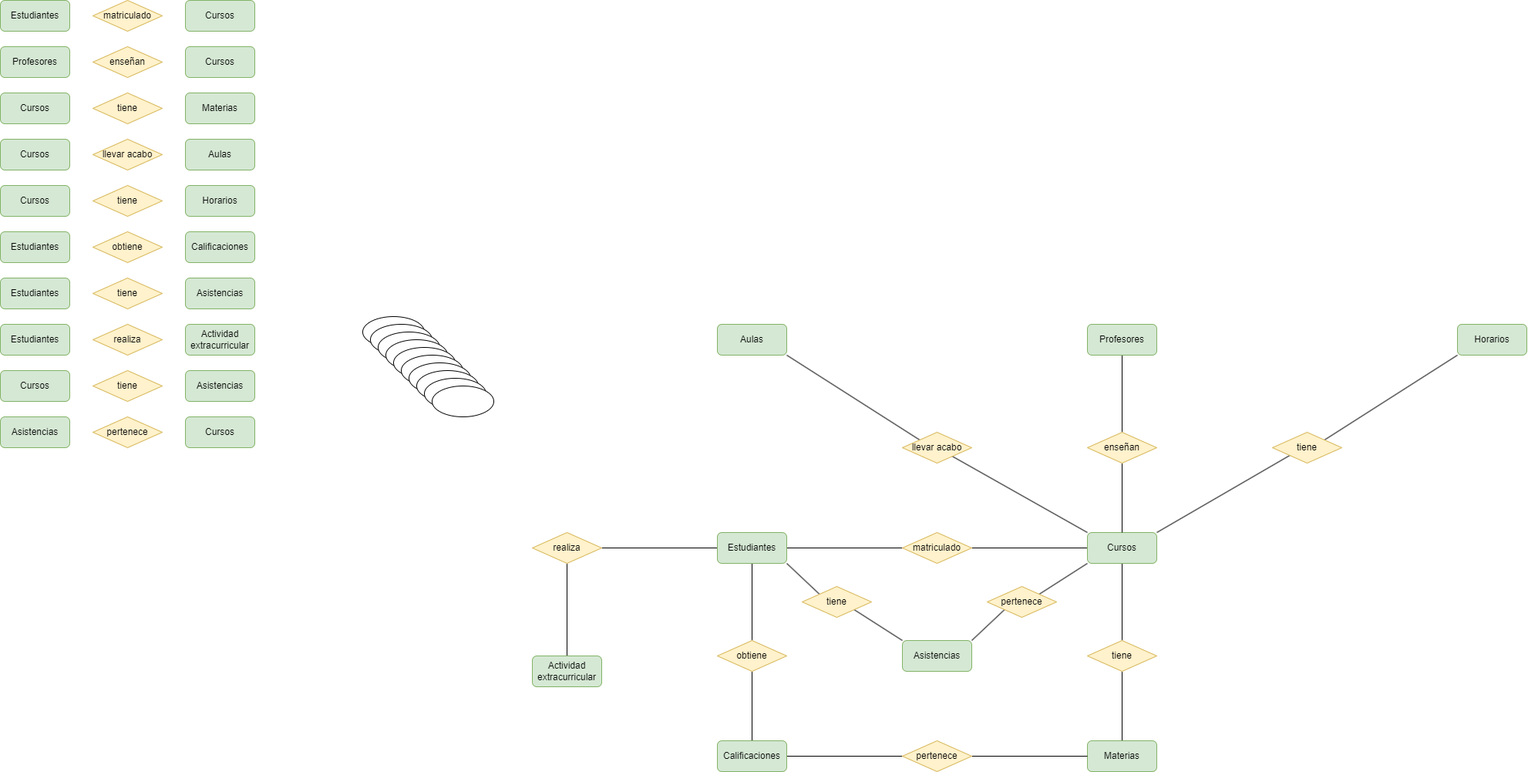
The draw.io diagram Unidad-1/Tareas/Tareas-evaluables/Tarea-evaluable-1/Ejercicio-evaluable-1.drawio.png in LuisMGlez/base-datos, before a commit. Source tidied: cells renumbered, new cells last; positions are measured from the earlier drawing's top-left corner, leaving out a move shared by most shapes.
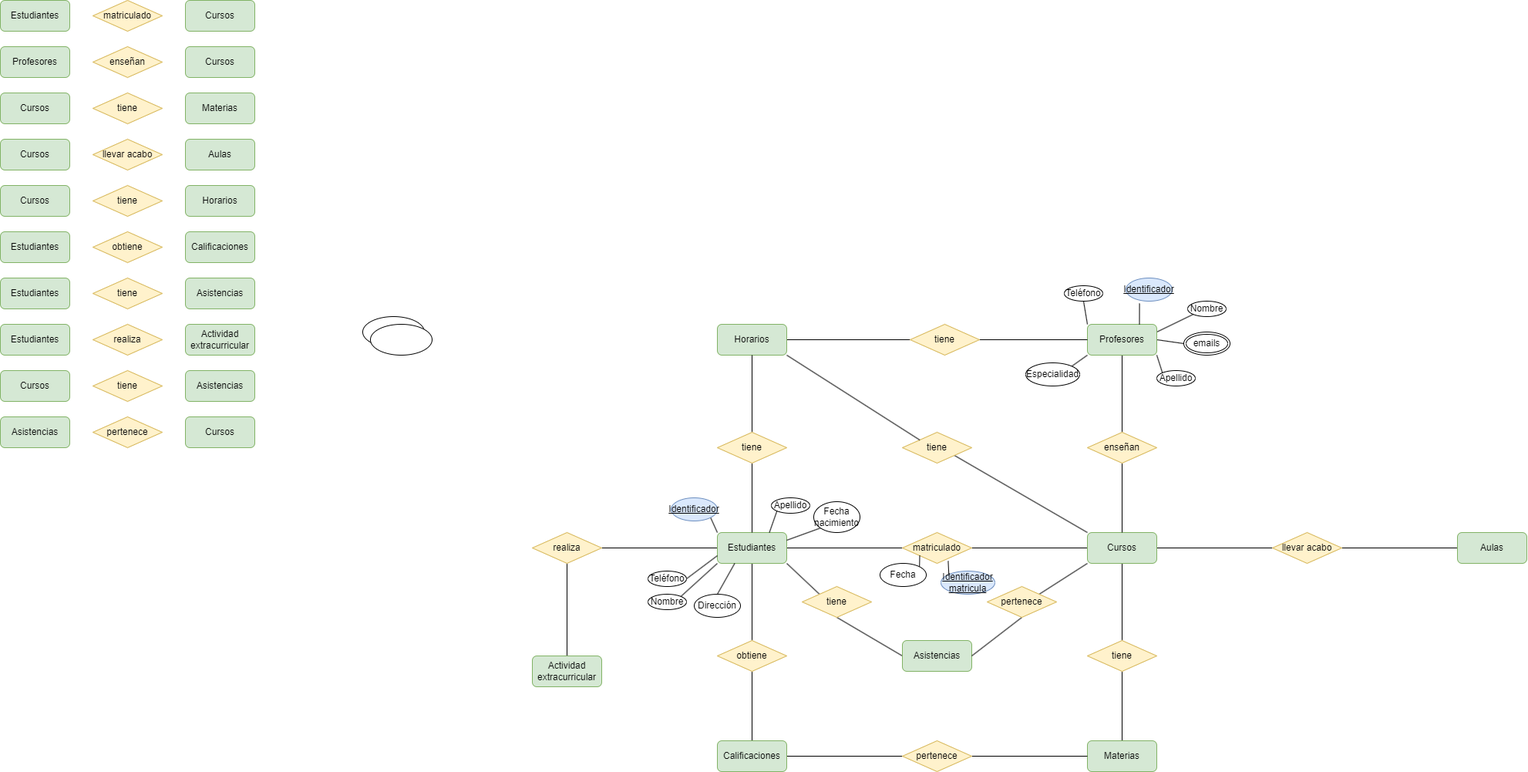
After the commit.

Change to the diagram source:
```diff
@@ -104,21 +104,33 @@
     <mxCell id="35" value="matriculado" style="rhombus;whiteSpace=wrap;html=1;fillColor=#fff2cc;strokeColor=#d6b656;" parent="1" vertex="1">
       <mxGeometry x="1170" y="690" width="90" height="40" as="geometry" />
     </mxCell>
+    <mxCell id="38" style="edgeStyle=orthogonalEdgeStyle;rounded=0;jettySize=auto;html=1;exitX=0.5;exitY=1;exitDx=0;exitDy=0;entryX=0.5;entryY=0;entryDx=0;entryDy=0;endArrow=none;endFill=0;" parent="1" edge="1" source="39" target="45">
+      <mxGeometry relative="1" as="geometry" />
+    </mxCell>
-    <mxCell id="36" style="rounded=0;jettySize=auto;html=1;exitX=0;exitY=0;exitDx=0;exitDy=0;endArrow=none;endFill=0;" parent="1" edge="1" source="39" target="48">
+    <mxCell id="36" style="edgeStyle=orthogonalEdgeStyle;rounded=0;jettySize=auto;html=1;exitX=1;exitY=0.5;exitDx=0;exitDy=0;entryX=0;entryY=0.5;entryDx=0;entryDy=0;endArrow=none;endFill=0;" parent="1" edge="1" source="39" target="48">
       <mxGeometry relative="1" as="geometry" />
     </mxCell>
-    <mxCell id="37" style="rounded=0;jettySize=auto;html=1;exitX=1;exitY=0;exitDx=0;exitDy=0;entryX=0;entryY=1;entryDx=0;entryDy=0;endArrow=none;endFill=0;" parent="1" edge="1" source="39" target="51">
-      <mxGeometry relative="1" as="geometry" />
-    </mxCell>
-    <mxCell id="38" style="edgeStyle=orthogonalEdgeStyle;rounded=0;jettySize=auto;html=1;exitX=0.5;exitY=1;exitDx=0;exitDy=0;entryX=0.5;entryY=0;entryDx=0;entryDy=0;endArrow=none;endFill=0;" parent="1" edge="1" source="39" target="45">
-      <mxGeometry relative="1" as="geometry" />
-    </mxCell>
     <mxCell id="39" value="Cursos" style="rounded=1;whiteSpace=wrap;html=1;fillColor=#d5e8d4;strokeColor=#82b366;" parent="1" vertex="1">
       <mxGeometry x="1410" y="690" width="90" height="40" as="geometry" />
     </mxCell>
     <mxCell id="40" style="edgeStyle=orthogonalEdgeStyle;rounded=0;jettySize=auto;html=1;exitX=0.5;exitY=1;exitDx=0;exitDy=0;entryX=0.5;entryY=0;entryDx=0;entryDy=0;endArrow=none;endFill=0;" parent="1" edge="1" source="41" target="43">
       <mxGeometry relative="1" as="geometry" />
     </mxCell>
+    <mxCell id="81" style="rounded=0;jettySize=auto;html=1;exitX=1;exitY=1;exitDx=0;exitDy=0;entryX=0;entryY=0;entryDx=0;entryDy=0;endArrow=none;endFill=0;" parent="1" edge="1" source="41" target="105">
+      <mxGeometry relative="1" as="geometry" />
+    </mxCell>
+    <mxCell id="82" style="rounded=0;jettySize=auto;html=1;exitX=1;exitY=0.5;exitDx=0;exitDy=0;entryX=0;entryY=0.5;entryDx=0;entryDy=0;endArrow=none;endFill=0;" parent="1" edge="1" source="41" target="107">
+      <mxGeometry relative="1" as="geometry" />
+    </mxCell>
+    <mxCell id="83" style="rounded=0;jettySize=auto;html=1;exitX=1;exitY=0.25;exitDx=0;exitDy=0;entryX=0;entryY=1;entryDx=0;entryDy=0;endArrow=none;endFill=0;" parent="1" edge="1" source="41" target="104">
+      <mxGeometry relative="1" as="geometry" />
+    </mxCell>
+    <mxCell id="84" style="rounded=0;jettySize=auto;html=1;exitX=0;exitY=0;exitDx=0;exitDy=0;entryX=0.5;entryY=1;entryDx=0;entryDy=0;endArrow=none;endFill=0;" parent="1" edge="1" source="41" target="106">
+      <mxGeometry relative="1" as="geometry" />
+    </mxCell>
+    <mxCell id="85" style="rounded=0;jettySize=auto;html=1;exitX=0;exitY=1;exitDx=0;exitDy=0;entryX=1;entryY=0;entryDx=0;entryDy=0;endArrow=none;endFill=0;" parent="1" edge="1" source="41" target="73">
+      <mxGeometry relative="1" as="geometry" />
+    </mxCell>
     <mxCell id="41" value="Profesores" style="rounded=1;whiteSpace=wrap;html=1;fillColor=#d5e8d4;strokeColor=#82b366;" parent="1" vertex="1">
       <mxGeometry x="1410" y="420" width="90" height="40" as="geometry" />
     </mxCell>
@@ -137,23 +149,29 @@
     <mxCell id="46" value="Materias" style="rounded=1;whiteSpace=wrap;html=1;fillColor=#d5e8d4;strokeColor=#82b366;" parent="1" vertex="1">
       <mxGeometry x="1410" y="960" width="90" height="40" as="geometry" />
     </mxCell>
-    <mxCell id="47" style="rounded=0;jettySize=auto;html=1;exitX=0;exitY=0;exitDx=0;exitDy=0;entryX=1;entryY=1;entryDx=0;entryDy=0;endArrow=none;endFill=0;" parent="1" edge="1" source="48" target="49">
+    <mxCell id="47" style="edgeStyle=orthogonalEdgeStyle;rounded=0;jettySize=auto;html=1;exitX=1;exitY=0.5;exitDx=0;exitDy=0;entryX=0;entryY=0.5;entryDx=0;entryDy=0;endArrow=none;endFill=0;" parent="1" edge="1" source="48" target="49">
       <mxGeometry relative="1" as="geometry" />
     </mxCell>
     <mxCell id="48" value="llevar acabo" style="rhombus;whiteSpace=wrap;html=1;fillColor=#fff2cc;strokeColor=#d6b656;" parent="1" vertex="1">
-      <mxGeometry x="1170" y="560" width="90" height="40" as="geometry" />
+      <mxGeometry x="1650" y="690" width="90" height="40" as="geometry" />
     </mxCell>
     <mxCell id="49" value="Aulas" style="rounded=1;whiteSpace=wrap;html=1;fillColor=#d5e8d4;strokeColor=#82b366;" parent="1" vertex="1">
-      <mxGeometry x="930" y="420" width="90" height="40" as="geometry" />
+      <mxGeometry x="1890" y="690" width="90" height="40" as="geometry" />
     </mxCell>
-    <mxCell id="50" style="rounded=0;jettySize=auto;html=1;exitX=1;exitY=0;exitDx=0;exitDy=0;entryX=0;entryY=1;entryDx=0;entryDy=0;endArrow=none;endFill=0;" parent="1" edge="1" source="51" target="52">
-      <mxGeometry relative="1" as="geometry" />
-    </mxCell>
+    <mxCell id="86" style="rounded=0;jettySize=auto;html=1;exitX=1;exitY=1;exitDx=0;exitDy=0;entryX=0;entryY=0;entryDx=0;entryDy=0;endArrow=none;endFill=0;" parent="1" edge="1" source="51" target="39">
+      <mxGeometry relative="1" as="geometry" />
+    </mxCell>
     <mxCell id="51" value="tiene" style="rhombus;whiteSpace=wrap;html=1;fillColor=#fff2cc;strokeColor=#d6b656;" parent="1" vertex="1">
-      <mxGeometry x="1650" y="560" width="90" height="40" as="geometry" />
+      <mxGeometry x="1170" y="560" width="90" height="40" as="geometry" />
     </mxCell>
+    <mxCell id="87" style="rounded=0;jettySize=auto;html=1;exitX=1;exitY=1;exitDx=0;exitDy=0;entryX=0;entryY=0;entryDx=0;entryDy=0;endArrow=none;endFill=0;" parent="1" edge="1" source="52" target="51">
+      <mxGeometry relative="1" as="geometry" />
+    </mxCell>
+    <mxCell id="88" style="edgeStyle=orthogonalEdgeStyle;rounded=0;jettySize=auto;html=1;exitX=1;exitY=0.5;exitDx=0;exitDy=0;entryX=0;entryY=0.5;entryDx=0;entryDy=0;endArrow=none;endFill=0;" parent="1" edge="1" source="52" target="100">
+      <mxGeometry relative="1" as="geometry" />
+    </mxCell>
     <mxCell id="52" value="Horarios" style="rounded=1;whiteSpace=wrap;html=1;fillColor=#d5e8d4;strokeColor=#82b366;" parent="1" vertex="1">
-      <mxGeometry x="1890" y="420" width="90" height="40" as="geometry" />
+      <mxGeometry x="930" y="420" width="90" height="40" as="geometry" />
     </mxCell>
     <mxCell id="53" style="edgeStyle=orthogonalEdgeStyle;rounded=0;jettySize=auto;html=1;exitX=0.5;exitY=1;exitDx=0;exitDy=0;entryX=0.5;entryY=0;entryDx=0;entryDy=0;endArrow=none;endFill=0;" parent="1" edge="1" source="54" target="56">
       <mxGeometry relative="1" as="geometry" />
@@ -167,7 +185,7 @@
     <mxCell id="56" value="Calificaciones" style="rounded=1;whiteSpace=wrap;html=1;fillColor=#d5e8d4;strokeColor=#82b366;" parent="1" vertex="1">
       <mxGeometry x="930" y="960" width="90" height="40" as="geometry" />
     </mxCell>
-    <mxCell id="57" style="rounded=0;jettySize=auto;html=1;exitX=1;exitY=1;exitDx=0;exitDy=0;entryX=0;entryY=0;entryDx=0;entryDy=0;endArrow=none;endFill=0;" parent="1" edge="1" source="58" target="59">
+    <mxCell id="57" style="rounded=0;jettySize=auto;html=1;exitX=0.5;exitY=1;exitDx=0;exitDy=0;entryX=0;entryY=0.5;entryDx=0;entryDy=0;endArrow=none;endFill=0;" parent="1" edge="1" source="58" target="59">
       <mxGeometry relative="1" as="geometry" />
     </mxCell>
     <mxCell id="58" value="tiene" style="rhombus;whiteSpace=wrap;html=1;fillColor=#fff2cc;strokeColor=#d6b656;" parent="1" vertex="1">
@@ -179,7 +197,7 @@
     <mxCell id="60" style="rounded=0;jettySize=auto;html=1;exitX=1;exitY=0;exitDx=0;exitDy=0;entryX=0;entryY=1;entryDx=0;entryDy=0;endArrow=none;endFill=0;" parent="1" edge="1" source="62" target="39">
       <mxGeometry relative="1" as="geometry" />
     </mxCell>
-    <mxCell id="61" style="rounded=0;jettySize=auto;html=1;exitX=0;exitY=1;exitDx=0;exitDy=0;entryX=1;entryY=0;entryDx=0;entryDy=0;endArrow=none;endFill=0;" parent="1" edge="1" source="62" target="59">
+    <mxCell id="61" style="rounded=0;jettySize=auto;html=1;exitX=0.5;exitY=1;exitDx=0;exitDy=0;entryX=1;entryY=0.5;entryDx=0;entryDy=0;endArrow=none;endFill=0;" parent="1" edge="1" source="62" target="59">
       <mxGeometry relative="1" as="geometry" />
     </mxCell>
     <mxCell id="62" value="pertenece" style="rhombus;whiteSpace=wrap;html=1;fillColor=#fff2cc;strokeColor=#d6b656;" parent="1" vertex="1">
@@ -215,29 +233,89 @@
     <mxCell id="72" style="ellipse;whiteSpace=wrap;html=1;" parent="1" vertex="1">
       <mxGeometry x="480" y="420" width="80" height="40" as="geometry" />
     </mxCell>
-    <mxCell id="73" style="ellipse;whiteSpace=wrap;html=1;" parent="1" vertex="1">
-      <mxGeometry x="490" y="430" width="80" height="40" as="geometry" />
+    <mxCell id="73" value="Especialidad" style="ellipse;whiteSpace=wrap;html=1;" parent="1" vertex="1">
+      <mxGeometry x="1330" y="470" width="70" height="30" as="geometry" />
     </mxCell>
+    <mxCell id="89" style="edgeStyle=orthogonalEdgeStyle;rounded=0;jettySize=auto;html=1;exitX=1;exitY=0;exitDx=0;exitDy=0;entryX=0;entryY=1;entryDx=0;entryDy=0;endArrow=none;endFill=0;" parent="1" edge="1" source="74" target="35">
+      <mxGeometry relative="1" as="geometry" />
+    </mxCell>
-    <mxCell id="74" style="ellipse;whiteSpace=wrap;html=1;" parent="1" vertex="1">
-      <mxGeometry x="500" y="440" width="80" height="40" as="geometry" />
+    <mxCell id="74" value="Fecha" style="ellipse;whiteSpace=wrap;html=1;" parent="1" vertex="1">
+      <mxGeometry x="1141" y="730" width="60" height="30" as="geometry" />
     </mxCell>
+    <mxCell id="90" style="rounded=0;jettySize=auto;html=1;exitX=1;exitY=0.5;exitDx=0;exitDy=0;entryX=0;entryY=0.75;entryDx=0;entryDy=0;endArrow=none;endFill=0;" parent="1" edge="1" source="75" target="33">
+      <mxGeometry relative="1" as="geometry" />
+    </mxCell>
-    <mxCell id="75" style="ellipse;whiteSpace=wrap;html=1;" parent="1" vertex="1">
-      <mxGeometry x="510" y="450" width="80" height="40" as="geometry" />
+    <mxCell id="75" value="Teléfono" style="ellipse;whiteSpace=wrap;html=1;" parent="1" vertex="1">
+      <mxGeometry x="840" y="740" width="50" height="20" as="geometry" />
     </mxCell>
+    <mxCell id="91" style="rounded=0;jettySize=auto;html=1;exitX=0.5;exitY=0;exitDx=0;exitDy=0;entryX=0.25;entryY=1;entryDx=0;entryDy=0;endArrow=none;endFill=0;" parent="1" edge="1" source="76" target="33">
+      <mxGeometry relative="1" as="geometry" />
+    </mxCell>
-    <mxCell id="76" style="ellipse;whiteSpace=wrap;html=1;" parent="1" vertex="1">
-      <mxGeometry x="520" y="460" width="80" height="40" as="geometry" />
+    <mxCell id="76" value="Dirección" style="ellipse;whiteSpace=wrap;html=1;" parent="1" vertex="1">
+      <mxGeometry x="900" y="770" width="60" height="30" as="geometry" />
     </mxCell>
+    <mxCell id="92" style="rounded=0;jettySize=auto;html=1;exitX=0;exitY=1;exitDx=0;exitDy=0;entryX=1;entryY=0.25;entryDx=0;entryDy=0;endArrow=none;endFill=0;" parent="1" edge="1" source="77" target="33">
+      <mxGeometry relative="1" as="geometry" />
+    </mxCell>
-    <mxCell id="77" style="ellipse;whiteSpace=wrap;html=1;" parent="1" vertex="1">
-      <mxGeometry x="530" y="470" width="80" height="40" as="geometry" />
+    <mxCell id="77" value="Fecha nacimiento" style="ellipse;whiteSpace=wrap;html=1;" parent="1" vertex="1">
+      <mxGeometry x="1055" y="650" width="60" height="40" as="geometry" />
     </mxCell>
+    <mxCell id="93" style="rounded=0;jettySize=auto;html=1;exitX=0;exitY=1;exitDx=0;exitDy=0;entryX=0.75;entryY=0;entryDx=0;entryDy=0;endArrow=none;endFill=0;" parent="1" edge="1" source="78" target="33">
+      <mxGeometry relative="1" as="geometry" />
+    </mxCell>
-    <mxCell id="78" style="ellipse;whiteSpace=wrap;html=1;" parent="1" vertex="1">
-      <mxGeometry x="540" y="480" width="80" height="40" as="geometry" />
+    <mxCell id="78" value="Apellido" style="ellipse;whiteSpace=wrap;html=1;" parent="1" vertex="1">
+      <mxGeometry x="1000" y="645" width="50" height="20" as="geometry" />
     </mxCell>
+    <mxCell id="94" style="rounded=0;jettySize=auto;html=1;exitX=1;exitY=0;exitDx=0;exitDy=0;entryX=0;entryY=1;entryDx=0;entryDy=0;endArrow=none;endFill=0;" parent="1" edge="1" source="79" target="33">
+      <mxGeometry relative="1" as="geometry" />
+    </mxCell>
-    <mxCell id="79" style="ellipse;whiteSpace=wrap;html=1;" parent="1" vertex="1">
-      <mxGeometry x="550" y="490" width="80" height="40" as="geometry" />
+    <mxCell id="79" value="Nombre" style="ellipse;whiteSpace=wrap;html=1;" parent="1" vertex="1">
+      <mxGeometry x="840" y="770" width="50" height="20" as="geometry" />
     </mxCell>
+    <mxCell id="95" style="rounded=0;jettySize=auto;html=1;exitX=1;exitY=1;exitDx=0;exitDy=0;entryX=0;entryY=0;entryDx=0;entryDy=0;endArrow=none;endFill=0;" parent="1" edge="1" source="80" target="33">
+      <mxGeometry relative="1" as="geometry" />
+    </mxCell>
-    <mxCell id="80" style="ellipse;whiteSpace=wrap;html=1;" parent="1" vertex="1">
-      <mxGeometry x="560" y="500" width="80" height="40" as="geometry" />
+    <mxCell id="80" value="&lt;u&gt;Identificador&lt;/u&gt;" style="ellipse;whiteSpace=wrap;html=1;fillColor=#dae8fc;strokeColor=#6c8ebf;" parent="1" vertex="1">
+      <mxGeometry x="870" y="645" width="60" height="30" as="geometry" />
     </mxCell>
+    <mxCell id="96" style="edgeStyle=orthogonalEdgeStyle;rounded=0;jettySize=auto;html=1;exitX=0.5;exitY=1;exitDx=0;exitDy=0;entryX=0.5;entryY=0;entryDx=0;entryDy=0;endArrow=none;endFill=0;" parent="1" edge="1" source="98" target="33">
+      <mxGeometry relative="1" as="geometry" />
+    </mxCell>
+    <mxCell id="97" style="edgeStyle=orthogonalEdgeStyle;rounded=0;jettySize=auto;html=1;exitX=0.5;exitY=0;exitDx=0;exitDy=0;entryX=0.5;entryY=1;entryDx=0;entryDy=0;endArrow=none;endFill=0;" parent="1" edge="1" source="98" target="52">
+      <mxGeometry relative="1" as="geometry" />
+    </mxCell>
+    <mxCell id="98" value="tiene" style="rhombus;whiteSpace=wrap;html=1;fillColor=#fff2cc;strokeColor=#d6b656;" parent="1" vertex="1">
+      <mxGeometry x="930" y="560" width="90" height="40" as="geometry" />
+    </mxCell>
+    <mxCell id="99" style="edgeStyle=orthogonalEdgeStyle;rounded=0;jettySize=auto;html=1;exitX=1;exitY=0.5;exitDx=0;exitDy=0;entryX=0;entryY=0.5;entryDx=0;entryDy=0;endArrow=none;endFill=0;" parent="1" edge="1" source="100" target="41">
+      <mxGeometry relative="1" as="geometry" />
+    </mxCell>
+    <mxCell id="100" value="tiene" style="rhombus;whiteSpace=wrap;html=1;fillColor=#fff2cc;strokeColor=#d6b656;" parent="1" vertex="1">
+      <mxGeometry x="1180" y="420" width="90" height="40" as="geometry" />
+    </mxCell>
+    <mxCell id="101" value="&lt;u&gt;Identificador matricula&lt;/u&gt;" style="ellipse;whiteSpace=wrap;html=1;fillColor=#dae8fc;strokeColor=#6c8ebf;" parent="1" vertex="1">
+      <mxGeometry x="1220" y="740" width="70" height="30" as="geometry" />
+    </mxCell>
+    <mxCell id="102" style="edgeStyle=orthogonalEdgeStyle;rounded=0;jettySize=auto;html=1;exitX=0;exitY=0;exitDx=0;exitDy=0;entryX=0.66;entryY=0.927;entryDx=0;entryDy=0;entryPerimeter=0;endArrow=none;endFill=0;" parent="1" edge="1" source="101" target="35">
+      <mxGeometry relative="1" as="geometry" />
+    </mxCell>
+    <mxCell id="103" value="&lt;u&gt;Identificador&lt;/u&gt;" style="ellipse;whiteSpace=wrap;html=1;fillColor=#dae8fc;strokeColor=#6c8ebf;" parent="1" vertex="1">
+      <mxGeometry x="1460" y="360" width="60" height="30" as="geometry" />
+    </mxCell>
+    <mxCell id="104" value="Nombre" style="ellipse;whiteSpace=wrap;html=1;" parent="1" vertex="1">
+      <mxGeometry x="1540" y="390" width="50" height="20" as="geometry" />
+    </mxCell>
+    <mxCell id="105" value="Apellido" style="ellipse;whiteSpace=wrap;html=1;" parent="1" vertex="1">
+      <mxGeometry x="1500" y="480" width="50" height="20" as="geometry" />
+    </mxCell>
+    <mxCell id="106" value="Teléfono" style="ellipse;whiteSpace=wrap;html=1;" parent="1" vertex="1">
+      <mxGeometry x="1380" y="370" width="50" height="20" as="geometry" />
+    </mxCell>
+    <mxCell id="107" value="emails" style="ellipse;shape=doubleEllipse;margin=3;whiteSpace=wrap;html=1;align=center;" parent="1" vertex="1">
+      <mxGeometry x="1535" y="430" width="60" height="30" as="geometry" />
+    </mxCell>
+    <mxCell id="108" style="rounded=0;jettySize=auto;html=1;exitX=0.75;exitY=0;exitDx=0;exitDy=0;entryX=0.293;entryY=1.105;entryDx=0;entryDy=0;entryPerimeter=0;endArrow=none;endFill=0;" parent="1" edge="1" source="41" target="103">
+      <mxGeometry relative="1" as="geometry" />
+    </mxCell>
   </root>
 </mxGraphModel>
```
